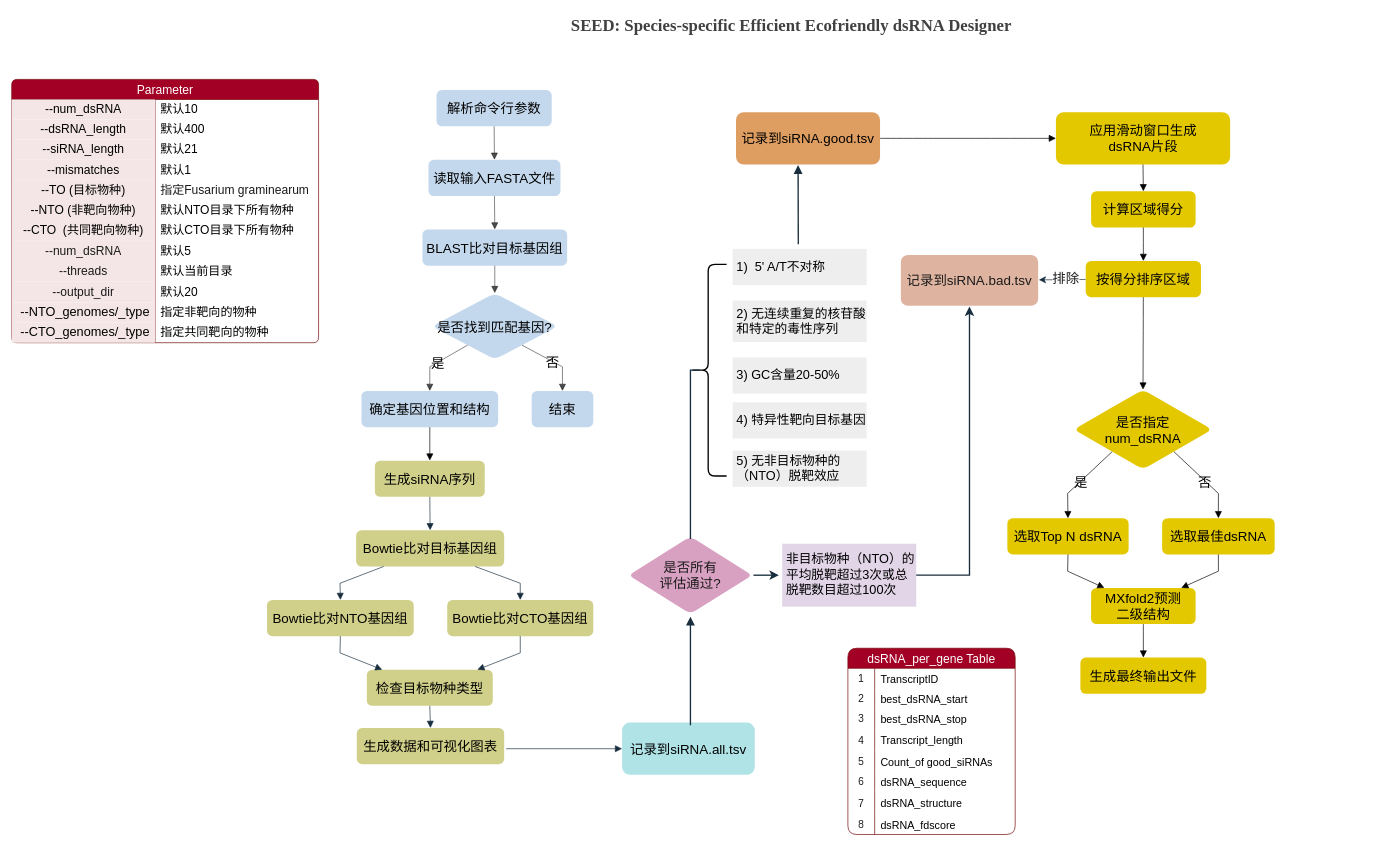
The draw.io diagram page "第 19 页" (18 of 21) of 未命名绘图.drawio in hjanime/101, before the edit. Source tidied: cells renumbered, new cells numbered last; positions are measured from the earlier drawing's top-left corner, leaving out a move shared by most shapes. Both pictures are drawn from the tidied source at 67%, with x=0, y=0 at pixel (11, 11).
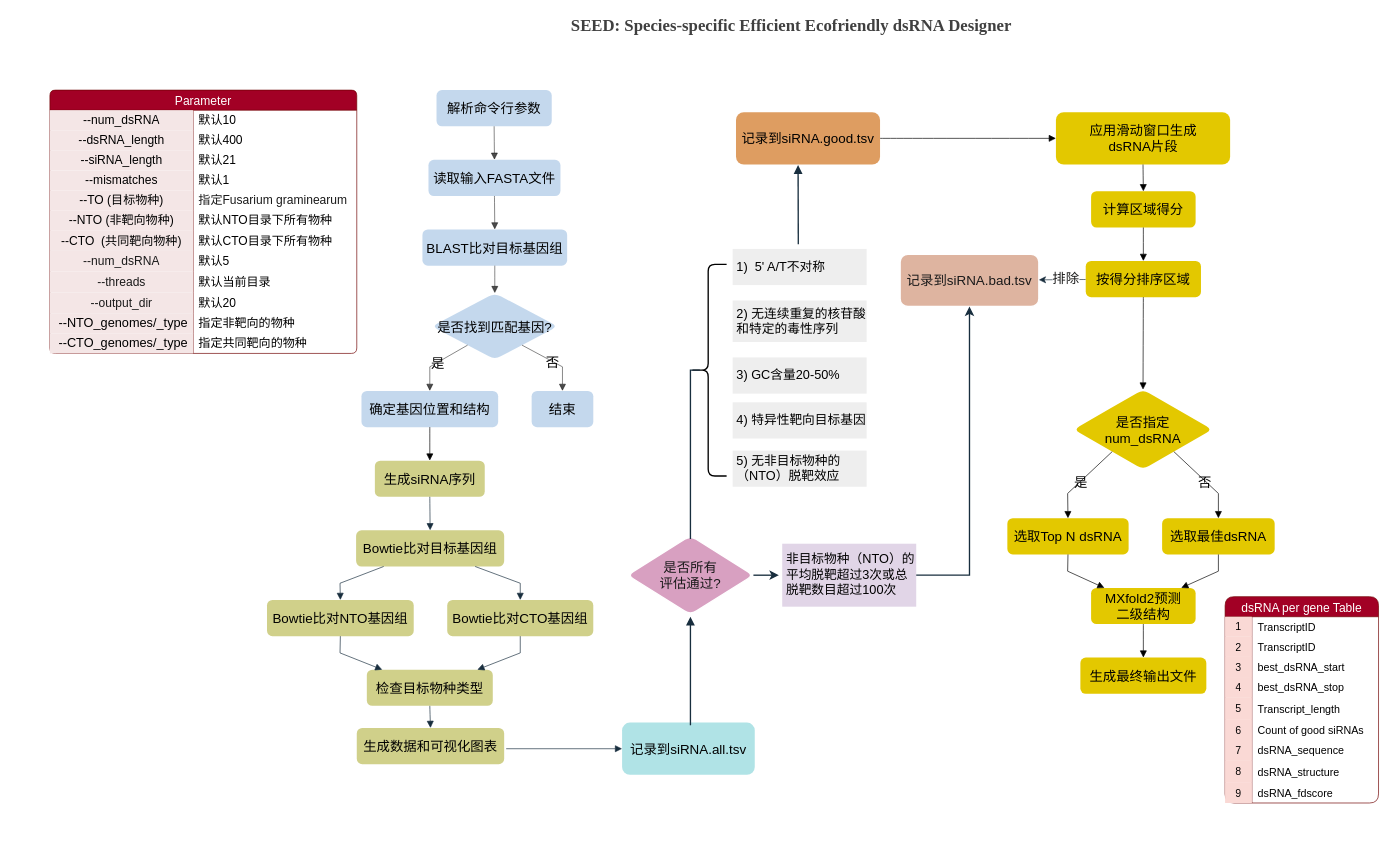
The same diagram, later.

Commit message (it also covers changes not shown here):
更新未命名绘图.drawio

Diff of the diagram source:
```diff
@@
-    <mxCell id="65" value="dsRNA_per_gene Table" style="shape=table;startSize=30;childLayout=tableLayout;rowLines=0;fontStyle=0;strokeColor=#6F0000;fontSize=18;rounded=1;fillColor=#a20025;fontColor=#ffffff;" parent="1" vertex="1">
-      <mxGeometry x="1248" y="950" width="249.7" height="278" as="geometry" />
+    <mxCell id="65" value="dsRNA per gene Table" style="shape=table;startSize=30;childLayout=tableLayout;rowLines=0;fontStyle=0;strokeColor=#6F0000;fontSize=18;rounded=1;fillColor=#a20025;fontColor=#ffffff;" parent="1" vertex="1">
+      <mxGeometry x="1811" y="873" width="229" height="308" as="geometry" />
     </mxCell>
     <mxCell id="66" style="shape=tableRow;horizontal=0;startSize=0;swimlaneHead=0;swimlaneBody=0;top=0;left=0;bottom=0;right=0;fillColor=none;strokeColor=inherit;fontSize=16;rounded=1;fontColor=#1A1A1A;" parent="65" vertex="1">
-      <mxGeometry y="30" width="249.7" height="30" as="geometry" />
+      <mxGeometry y="30" width="229" height="30" as="geometry" />
     </mxCell>
-    <mxCell id="67" value="1" style="shape=partialRectangle;html=1;whiteSpace=wrap;fillColor=none;top=0;left=0;bottom=0;right=0;overflow=hidden;strokeColor=inherit;fontSize=16;rounded=1;fontColor=#1A1A1A;" parent="66" vertex="1">
+    <mxCell id="67" value="1" style="shape=partialRectangle;html=1;whiteSpace=wrap;fillColor=#fad9d5;top=0;left=0;bottom=0;right=0;overflow=hidden;strokeColor=#ae4132;fontSize=16;rounded=1;" parent="66" vertex="1">
       <mxGeometry width="40" height="30" as="geometry" />
     </mxCell>
     <mxCell id="68" value="&lt;table style=&quot;border-collapse: collapse; width: 65pt;&quot; width=&quot;87&quot; cellspacing=&quot;0&quot; cellpadding=&quot;0&quot; border=&quot;0&quot;&gt;&lt;colgroup&gt;&lt;col style=&quot;width: 65pt;&quot; width=&quot;87&quot;&gt;&lt;/colgroup&gt;&lt;tbody&gt;&lt;tr style=&quot;height: 16pt;&quot; height=&quot;21&quot;&gt;&lt;td style=&quot;padding-top: 1px; padding-right: 1px; padding-left: 1px; color: black; font-size: 12pt; font-family: &amp;quot;Aptos Narrow&amp;quot;, sans-serif; vertical-align: bottom; border: none; text-wrap-mode: nowrap; height: 16pt; width: 65pt;&quot; width=&quot;87&quot; height=&quot;21&quot;&gt;TranscriptID&lt;/td&gt;&lt;/tr&gt;&lt;/tbody&gt;&lt;/table&gt;" style="shape=partialRectangle;html=1;whiteSpace=wrap;fillColor=none;top=0;left=0;bottom=0;right=0;align=left;spacingLeft=6;overflow=hidden;strokeColor=inherit;fontSize=16;rounded=1;fontColor=#1A1A1A;" parent="66" vertex="1">
-      <mxGeometry x="40" width="210" height="30" as="geometry" />
+      <mxGeometry x="40" width="189" height="30" as="geometry" />
     </mxCell>
+    <mxCell id="127" style="shape=tableRow;horizontal=0;startSize=0;swimlaneHead=0;swimlaneBody=0;top=0;left=0;bottom=0;right=0;fillColor=none;strokeColor=inherit;fontSize=16;rounded=1;fontColor=#1A1A1A;" parent="65" vertex="1">
+      <mxGeometry y="60" width="229" height="30" as="geometry" />
+    </mxCell>
+    <mxCell id="128" value="2" style="shape=partialRectangle;html=1;whiteSpace=wrap;fillColor=#fad9d5;top=0;left=0;bottom=0;right=0;overflow=hidden;strokeColor=#ae4132;fontSize=16;rounded=1;" parent="127" vertex="1">
+      <mxGeometry width="40" height="30" as="geometry" />
+    </mxCell>
+    <mxCell id="129" value="&lt;table style=&quot;border-collapse: collapse; width: 65pt;&quot; width=&quot;87&quot; cellspacing=&quot;0&quot; cellpadding=&quot;0&quot; border=&quot;0&quot;&gt;&lt;colgroup&gt;&lt;col style=&quot;width: 65pt;&quot; width=&quot;87&quot;&gt;&lt;/colgroup&gt;&lt;tbody&gt;&lt;tr style=&quot;height: 16pt;&quot; height=&quot;21&quot;&gt;&lt;td style=&quot;padding-top: 1px; padding-right: 1px; padding-left: 1px; color: black; font-size: 12pt; font-family: &amp;quot;Aptos Narrow&amp;quot;, sans-serif; vertical-align: bottom; border: none; text-wrap-mode: nowrap; height: 16pt; width: 65pt;&quot; width=&quot;87&quot; height=&quot;21&quot;&gt;TranscriptID&lt;/td&gt;&lt;/tr&gt;&lt;/tbody&gt;&lt;/table&gt;" style="shape=partialRectangle;html=1;whiteSpace=wrap;fillColor=none;top=0;left=0;bottom=0;right=0;align=left;spacingLeft=6;overflow=hidden;strokeColor=inherit;fontSize=16;rounded=1;fontColor=#1A1A1A;" parent="127" vertex="1">
+      <mxGeometry x="40" width="189" height="30" as="geometry" />
+    </mxCell>
     <mxCell id="69" style="shape=tableRow;horizontal=0;startSize=0;swimlaneHead=0;swimlaneBody=0;top=0;left=0;bottom=0;right=0;fillColor=none;strokeColor=inherit;fontSize=16;rounded=1;fontColor=#1A1A1A;" parent="65" vertex="1">
-      <mxGeometry y="60" width="249.7" height="30" as="geometry" />
+      <mxGeometry y="90" width="229" height="30" as="geometry" />
     </mxCell>
-    <mxCell id="70" value="2" style="shape=partialRectangle;html=1;whiteSpace=wrap;fillColor=none;top=0;left=0;bottom=0;right=0;overflow=hidden;strokeColor=inherit;fontSize=16;rounded=1;fontColor=#1A1A1A;" parent="69" vertex="1">
+    <mxCell id="70" value="3" style="shape=partialRectangle;html=1;whiteSpace=wrap;fillColor=#fad9d5;top=0;left=0;bottom=0;right=0;overflow=hidden;strokeColor=#ae4132;fontSize=16;rounded=1;" parent="69" vertex="1">
       <mxGeometry width="40" height="30" as="geometry" />
     </mxCell>
     <mxCell id="71" value="&lt;table style=&quot;border-collapse: collapse; width: 65pt;&quot; width=&quot;87&quot; cellspacing=&quot;0&quot; cellpadding=&quot;0&quot; border=&quot;0&quot;&gt;&lt;colgroup&gt;&lt;col style=&quot;width: 65pt;&quot; width=&quot;87&quot;&gt;&lt;/colgroup&gt;&lt;tbody&gt;&lt;tr style=&quot;height: 16pt;&quot; height=&quot;21&quot;&gt;&lt;td style=&quot;padding-top: 1px; padding-right: 1px; padding-left: 1px; color: black; font-size: 12pt; font-family: &amp;quot;Aptos Narrow&amp;quot;, sans-serif; vertical-align: bottom; border: none; text-wrap-mode: nowrap; height: 16pt; width: 65pt;&quot; width=&quot;87&quot; height=&quot;21&quot;&gt;best_dsRNA_start&lt;/td&gt;&lt;/tr&gt;&lt;/tbody&gt;&lt;/table&gt;" style="shape=partialRectangle;html=1;whiteSpace=wrap;fillColor=none;top=0;left=0;bottom=0;right=0;align=left;spacingLeft=6;overflow=hidden;strokeColor=inherit;fontSize=16;rounded=1;fontColor=#1A1A1A;" parent="69" vertex="1">
-      <mxGeometry x="40" width="210" height="30" as="geometry" />
+      <mxGeometry x="40" width="189" height="30" as="geometry" />
     </mxCell>
     <mxCell id="72" style="shape=tableRow;horizontal=0;startSize=0;swimlaneHead=0;swimlaneBody=0;top=0;left=0;bottom=0;right=0;fillColor=none;strokeColor=inherit;fontSize=16;rounded=1;fontColor=#1A1A1A;" parent="65" vertex="1">
-      <mxGeometry y="90" width="249.7" height="30" as="geometry" />
+      <mxGeometry y="120" width="229" height="30" as="geometry" />
     </mxCell>
-    <mxCell id="73" value="3" style="shape=partialRectangle;html=1;whiteSpace=wrap;fillColor=none;top=0;left=0;bottom=0;right=0;overflow=hidden;strokeColor=inherit;fontSize=16;rounded=1;fontColor=#1A1A1A;" parent="72" vertex="1">
+    <mxCell id="73" value="4" style="shape=partialRectangle;html=1;whiteSpace=wrap;fillColor=#fad9d5;top=0;left=0;bottom=0;right=0;overflow=hidden;strokeColor=#ae4132;fontSize=16;rounded=1;" parent="72" vertex="1">
       <mxGeometry width="40" height="30" as="geometry" />
     </mxCell>
     <mxCell id="74" value="&lt;table style=&quot;border-collapse: collapse; width: 65pt;&quot; width=&quot;87&quot; cellspacing=&quot;0&quot; cellpadding=&quot;0&quot; border=&quot;0&quot;&gt;&lt;colgroup&gt;&lt;col style=&quot;width: 65pt;&quot; width=&quot;87&quot;&gt;&lt;/colgroup&gt;&lt;tbody&gt;&lt;tr style=&quot;height: 16pt;&quot; height=&quot;21&quot;&gt;&lt;td style=&quot;padding-top: 1px; padding-right: 1px; padding-left: 1px; color: black; font-size: 12pt; font-family: &amp;quot;Aptos Narrow&amp;quot;, sans-serif; vertical-align: bottom; border: none; text-wrap-mode: nowrap; height: 16pt; width: 65pt;&quot; width=&quot;87&quot; height=&quot;21&quot;&gt;best_dsRNA_stop&lt;/td&gt;&lt;/tr&gt;&lt;/tbody&gt;&lt;/table&gt;" style="shape=partialRectangle;html=1;whiteSpace=wrap;fillColor=none;top=0;left=0;bottom=0;right=0;align=left;spacingLeft=6;overflow=hidden;strokeColor=inherit;fontSize=16;rounded=1;fontColor=#1A1A1A;" parent="72" vertex="1">
-      <mxGeometry x="40" width="210" height="30" as="geometry" />
+      <mxGeometry x="40" width="189" height="30" as="geometry" />
     </mxCell>
     <mxCell id="75" style="shape=tableRow;horizontal=0;startSize=0;swimlaneHead=0;swimlaneBody=0;top=0;left=0;bottom=0;right=0;fillColor=none;strokeColor=inherit;fontSize=16;rounded=1;fontColor=#1A1A1A;" parent="65" vertex="1">
-      <mxGeometry y="120" width="249.7" height="34" as="geometry" />
+      <mxGeometry y="150" width="229" height="34" as="geometry" />
     </mxCell>
-    <mxCell id="76" value="4" style="shape=partialRectangle;html=1;whiteSpace=wrap;fillColor=none;top=0;left=0;bottom=0;right=0;overflow=hidden;strokeColor=inherit;fontSize=16;rounded=1;fontColor=#1A1A1A;" parent="75" vertex="1">
+    <mxCell id="76" value="5" style="shape=partialRectangle;html=1;whiteSpace=wrap;fillColor=#fad9d5;top=0;left=0;bottom=0;right=0;overflow=hidden;strokeColor=#ae4132;fontSize=16;rounded=1;" parent="75" vertex="1">
       <mxGeometry width="40" height="34" as="geometry" />
     </mxCell>
     <mxCell id="77" value="&lt;table style=&quot;border-collapse: collapse; width: 65pt;&quot; width=&quot;87&quot; cellspacing=&quot;0&quot; cellpadding=&quot;0&quot; border=&quot;0&quot;&gt;&lt;colgroup&gt;&lt;col style=&quot;width: 65pt;&quot; width=&quot;87&quot;&gt;&lt;/colgroup&gt;&lt;tbody&gt;&lt;tr style=&quot;height: 16pt;&quot; height=&quot;21&quot;&gt;&lt;td style=&quot;padding-top: 1px; padding-right: 1px; padding-left: 1px; color: black; font-size: 12pt; font-family: &amp;quot;Aptos Narrow&amp;quot;, sans-serif; vertical-align: bottom; border: none; text-wrap-mode: nowrap; height: 16pt; width: 65pt;&quot; width=&quot;87&quot; height=&quot;21&quot;&gt;Transcript_length&lt;/td&gt;&lt;/tr&gt;&lt;/tbody&gt;&lt;/table&gt;" style="shape=partialRectangle;html=1;whiteSpace=wrap;fillColor=none;top=0;left=0;bottom=0;right=0;align=left;spacingLeft=6;overflow=hidden;strokeColor=inherit;fontSize=16;rounded=1;fontColor=#1A1A1A;" parent="75" vertex="1">
-      <mxGeometry x="40" width="210" height="34" as="geometry" />
+      <mxGeometry x="40" width="189" height="34" as="geometry" />
     </mxCell>
     <mxCell id="78" style="shape=tableRow;horizontal=0;startSize=0;swimlaneHead=0;swimlaneBody=0;top=0;left=0;bottom=0;right=0;fillColor=none;strokeColor=inherit;fontSize=16;rounded=1;fontColor=#1A1A1A;" parent="65" vertex="1">
-      <mxGeometry y="154" width="249.7" height="30" as="geometry" />
+      <mxGeometry y="184" width="229" height="30" as="geometry" />
     </mxCell>
-    <mxCell id="79" value="5" style="shape=partialRectangle;html=1;whiteSpace=wrap;fillColor=none;top=0;left=0;bottom=0;right=0;overflow=hidden;strokeColor=inherit;fontSize=16;rounded=1;fontColor=#1A1A1A;" parent="78" vertex="1">
+    <mxCell id="79" value="6" style="shape=partialRectangle;html=1;whiteSpace=wrap;fillColor=#fad9d5;top=0;left=0;bottom=0;right=0;overflow=hidden;strokeColor=#ae4132;fontSize=16;rounded=1;" parent="78" vertex="1">
       <mxGeometry width="40" height="30" as="geometry" />
     </mxCell>
-    <mxCell id="80" value="&lt;table style=&quot;border-collapse: collapse; width: 65pt;&quot; width=&quot;87&quot; cellspacing=&quot;0&quot; cellpadding=&quot;0&quot; border=&quot;0&quot;&gt;&lt;colgroup&gt;&lt;col style=&quot;width: 65pt;&quot; width=&quot;87&quot;&gt;&lt;/colgroup&gt;&lt;tbody&gt;&lt;tr style=&quot;height: 16pt;&quot; height=&quot;21&quot;&gt;&lt;td style=&quot;padding-top: 1px; padding-right: 1px; padding-left: 1px; color: black; font-size: 12pt; font-family: &amp;quot;Aptos Narrow&amp;quot;, sans-serif; vertical-align: bottom; border: none; text-wrap-mode: nowrap; height: 16pt; width: 65pt;&quot; width=&quot;87&quot; height=&quot;21&quot;&gt;Count_of good_siRNAs&lt;/td&gt;&lt;/tr&gt;&lt;/tbody&gt;&lt;/table&gt;" style="shape=partialRectangle;html=1;whiteSpace=wrap;fillColor=none;top=0;left=0;bottom=0;right=0;align=left;spacingLeft=6;overflow=hidden;strokeColor=inherit;fontSize=16;rounded=1;fontColor=#1A1A1A;" parent="78" vertex="1">
-      <mxGeometry x="40" width="210" height="30" as="geometry" />
+    <mxCell id="80" value="&lt;table style=&quot;border-collapse: collapse; width: 65pt;&quot; width=&quot;87&quot; cellspacing=&quot;0&quot; cellpadding=&quot;0&quot; border=&quot;0&quot;&gt;&lt;colgroup&gt;&lt;col style=&quot;width: 65pt;&quot; width=&quot;87&quot;&gt;&lt;/colgroup&gt;&lt;tbody&gt;&lt;tr style=&quot;height: 16pt;&quot; height=&quot;21&quot;&gt;&lt;td style=&quot;padding-top: 1px; padding-right: 1px; padding-left: 1px; color: black; font-size: 12pt; font-family: &amp;quot;Aptos Narrow&amp;quot;, sans-serif; vertical-align: bottom; border: none; text-wrap-mode: nowrap; height: 16pt; width: 65pt;&quot; width=&quot;87&quot; height=&quot;21&quot;&gt;Count of good siRNAs&lt;/td&gt;&lt;/tr&gt;&lt;/tbody&gt;&lt;/table&gt;" style="shape=partialRectangle;html=1;whiteSpace=wrap;fillColor=none;top=0;left=0;bottom=0;right=0;align=left;spacingLeft=6;overflow=hidden;strokeColor=inherit;fontSize=16;rounded=1;fontColor=#1A1A1A;" parent="78" vertex="1">
+      <mxGeometry x="40" width="189" height="30" as="geometry" />
     </mxCell>
     <mxCell id="81" style="shape=tableRow;horizontal=0;startSize=0;swimlaneHead=0;swimlaneBody=0;top=0;left=0;bottom=0;right=0;fillColor=none;strokeColor=inherit;fontSize=16;rounded=1;fontColor=#1A1A1A;" parent="65" vertex="1">
-      <mxGeometry y="184" width="249.7" height="30" as="geometry" />
+      <mxGeometry y="214" width="229" height="30" as="geometry" />
     </mxCell>
-    <mxCell id="82" value="6" style="shape=partialRectangle;html=1;whiteSpace=wrap;fillColor=none;top=0;left=0;bottom=0;right=0;overflow=hidden;strokeColor=inherit;fontSize=16;rounded=1;fontColor=#1A1A1A;" parent="81" vertex="1">
+    <mxCell id="82" value="7" style="shape=partialRectangle;html=1;whiteSpace=wrap;fillColor=#fad9d5;top=0;left=0;bottom=0;right=0;overflow=hidden;strokeColor=#ae4132;fontSize=16;rounded=1;" parent="81" vertex="1">
       <mxGeometry width="40" height="30" as="geometry" />
     </mxCell>
     <mxCell id="83" value="&lt;table style=&quot;border-collapse: collapse; width: 65pt;&quot; width=&quot;87&quot; cellspacing=&quot;0&quot; cellpadding=&quot;0&quot; border=&quot;0&quot;&gt;&lt;colgroup&gt;&lt;col style=&quot;width: 65pt;&quot; width=&quot;87&quot;&gt;&lt;/colgroup&gt;&lt;tbody&gt;&lt;tr style=&quot;height: 16pt;&quot; height=&quot;21&quot;&gt;&lt;td style=&quot;padding-top: 1px; padding-right: 1px; padding-left: 1px; color: black; font-size: 12pt; font-family: &amp;quot;Aptos Narrow&amp;quot;, sans-serif; vertical-align: bottom; border: none; text-wrap-mode: nowrap; height: 16pt; width: 65pt;&quot; width=&quot;87&quot; height=&quot;21&quot;&gt;dsRNA_sequence&lt;/td&gt;&lt;/tr&gt;&lt;/tbody&gt;&lt;/table&gt;" style="shape=partialRectangle;html=1;whiteSpace=wrap;fillColor=none;top=0;left=0;bottom=0;right=0;align=left;spacingLeft=6;overflow=hidden;strokeColor=inherit;fontSize=16;rounded=1;fontColor=#1A1A1A;" parent="81" vertex="1">
-      <mxGeometry x="40" width="210" height="30" as="geometry" />
+      <mxGeometry x="40" width="189" height="30" as="geometry" />
     </mxCell>
     <mxCell id="84" style="shape=tableRow;horizontal=0;startSize=0;swimlaneHead=0;swimlaneBody=0;top=0;left=0;bottom=0;right=0;fillColor=none;strokeColor=inherit;fontSize=16;rounded=1;fontColor=#1A1A1A;" parent="65" vertex="1">
-      <mxGeometry y="214" width="249.7" height="34" as="geometry" />
+      <mxGeometry y="244" width="229" height="34" as="geometry" />
     </mxCell>
-    <mxCell id="85" value="7" style="shape=partialRectangle;html=1;whiteSpace=wrap;fillColor=none;top=0;left=0;bottom=0;right=0;overflow=hidden;strokeColor=inherit;fontSize=16;rounded=1;fontColor=#1A1A1A;" parent="84" vertex="1">
+    <mxCell id="85" value="8" style="shape=partialRectangle;html=1;whiteSpace=wrap;fillColor=#fad9d5;top=0;left=0;bottom=0;right=0;overflow=hidden;strokeColor=#ae4132;fontSize=16;rounded=1;" parent="84" vertex="1">
       <mxGeometry width="40" height="34" as="geometry" />
     </mxCell>
     <mxCell id="86" value="&lt;table style=&quot;border-collapse: collapse; width: 65pt;&quot; width=&quot;87&quot; cellspacing=&quot;0&quot; cellpadding=&quot;0&quot; border=&quot;0&quot;&gt;&lt;colgroup&gt;&lt;col style=&quot;width: 65pt;&quot; width=&quot;87&quot;&gt;&lt;/colgroup&gt;&lt;tbody&gt;&lt;tr style=&quot;height: 16pt;&quot; height=&quot;21&quot;&gt;&lt;td style=&quot;padding-top: 1px; padding-right: 1px; padding-left: 1px; color: black; font-size: 12pt; font-family: &amp;quot;Aptos Narrow&amp;quot;, sans-serif; vertical-align: bottom; border: none; text-wrap-mode: nowrap; height: 16pt; width: 65pt;&quot; width=&quot;87&quot; height=&quot;21&quot;&gt;dsRNA_structure&lt;/td&gt;&lt;/tr&gt;&lt;/tbody&gt;&lt;/table&gt;" style="shape=partialRectangle;html=1;whiteSpace=wrap;fillColor=none;top=0;left=0;bottom=0;right=0;align=left;spacingLeft=6;overflow=hidden;strokeColor=inherit;fontSize=16;rounded=1;fontColor=#1A1A1A;" parent="84" vertex="1">
-      <mxGeometry x="40" width="210" height="34" as="geometry" />
+      <mxGeometry x="40" width="189" height="34" as="geometry" />
     </mxCell>
     <mxCell id="87" style="shape=tableRow;horizontal=0;startSize=0;swimlaneHead=0;swimlaneBody=0;top=0;left=0;bottom=0;right=0;fillColor=none;strokeColor=inherit;fontSize=16;rounded=1;fontColor=#1A1A1A;" parent="65" vertex="1">
-      <mxGeometry y="248" width="249.7" height="30" as="geometry" />
+      <mxGeometry y="278" width="229" height="30" as="geometry" />
     </mxCell>
-    <mxCell id="88" value="8" style="shape=partialRectangle;html=1;whiteSpace=wrap;fillColor=none;top=0;left=0;bottom=0;right=0;overflow=hidden;strokeColor=inherit;fontSize=16;rounded=1;fontColor=#1A1A1A;" parent="87" vertex="1">
+    <mxCell id="88" value="9" style="shape=partialRectangle;html=1;whiteSpace=wrap;fillColor=#fad9d5;top=0;left=0;bottom=0;right=0;overflow=hidden;strokeColor=#ae4132;fontSize=16;rounded=1;" parent="87" vertex="1">
       <mxGeometry width="40" height="30" as="geometry" />
     </mxCell>
     <mxCell id="89" value="&lt;table style=&quot;border-collapse: collapse; width: 65pt;&quot; width=&quot;87&quot; cellspacing=&quot;0&quot; cellpadding=&quot;0&quot; border=&quot;0&quot;&gt;&lt;colgroup&gt;&lt;col style=&quot;width: 65pt;&quot; width=&quot;87&quot;&gt;&lt;/colgroup&gt;&lt;tbody&gt;&lt;tr style=&quot;height: 16pt;&quot; height=&quot;21&quot;&gt;&lt;td style=&quot;padding-top: 1px; padding-right: 1px; padding-left: 1px; color: black; font-size: 12pt; font-family: &amp;quot;Aptos Narrow&amp;quot;, sans-serif; vertical-align: bottom; border: none; text-wrap-mode: nowrap; height: 16pt; width: 65pt;&quot; width=&quot;87&quot; height=&quot;21&quot;&gt;dsRNA_fdscore&lt;/td&gt;&lt;/tr&gt;&lt;/tbody&gt;&lt;/table&gt;" style="shape=partialRectangle;html=1;whiteSpace=wrap;fillColor=none;top=0;left=0;bottom=0;right=0;align=left;spacingLeft=6;overflow=hidden;strokeColor=inherit;fontSize=16;rounded=1;fontColor=#1A1A1A;" parent="87" vertex="1">
-      <mxGeometry x="40" width="210" height="30" as="geometry" />
+      <mxGeometry x="40" width="189" height="30" as="geometry" />
     </mxCell>
     <mxCell id="90" value="Parameter" style="shape=table;startSize=30;childLayout=tableLayout;rowLines=0;fontStyle=0;strokeColor=#6F0000;fontSize=18;rounded=1;fontColor=#ffffff;fillColor=#a20025;gradientColor=none;arcSize=9;" parent="1" vertex="1">
-      <mxGeometry y="101" width="458" height="393" as="geometry" />
+      <mxGeometry x="57" y="117" width="458" height="393" as="geometry" />
     </mxCell>
```
